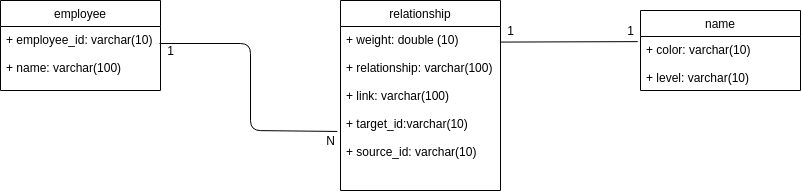
Earlier version of the draw.io export ER.png (trkhoi/Modeling). Source tidied: cells renumbered, new cells last; positions are measured from the earlier drawing's top-left corner, leaving out a move shared by most shapes.
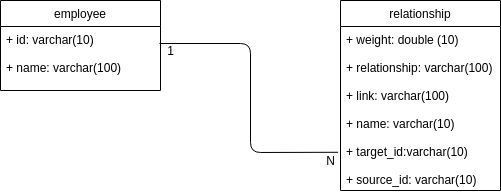
After the change.

What changed in the source:
```diff
@@ -5,41 +5,26 @@
     <mxCell id="2" value="relationship" style="swimlane;fontStyle=0;horizontal=1;startSize=26;fillColor=none;" parent="1" vertex="1">
       <mxGeometry x="340" width="160" height="190" as="geometry" />
     </mxCell>
-    <mxCell id="3" value="+ weight: double (10)&#10;&#10;+ relationship: varchar(100)&#10;&#10;+ link: varchar(100)&#10;&#10;+ target_id:varchar(10)&#10;&#10;+ source_id: varchar(10)&#10;" style="text;strokeColor=none;fillColor=none;align=left;verticalAlign=top;spacingLeft=4;spacingRight=4;overflow=hidden;points=[[0,0.5],[1,0.5]];portConstraint=eastwest;" parent="2" vertex="1">
+    <mxCell id="3" value="+ weight: double (10)&#10;&#10;+ relationship: varchar(100)&#10;&#10;+ link: varchar(100)&#10;&#10;+ name: varchar(10)&#10;&#10;+ target_id:varchar(10)&#10;&#10;+ source_id: varchar(10)&#10;" style="text;strokeColor=none;fillColor=none;align=left;verticalAlign=top;spacingLeft=4;spacingRight=4;overflow=hidden;points=[[0,0.5],[1,0.5]];portConstraint=eastwest;" parent="2" vertex="1">
       <mxGeometry y="26" width="160" height="164" as="geometry" />
     </mxCell>
-    <mxCell id="4" style="endArrow=none;html=1;exitX=0.996;exitY=0.095;exitDx=0;exitDy=0;exitPerimeter=0;entryX=-0.017;entryY=0.095;entryDx=0;entryDy=0;entryPerimeter=0;" parent="1" edge="1" source="3" target="8">
-      <mxGeometry relative="1" as="geometry" />
-    </mxCell>
-    <mxCell id="5" value="1" style="text;html=1;align=center;verticalAlign=middle;" parent="1" vertex="1">
-      <mxGeometry x="500" y="20" width="20" height="20" as="geometry" />
-    </mxCell>
-    <mxCell id="6" value="1" style="text;html=1;align=center;verticalAlign=middle;" parent="1" vertex="1">
-      <mxGeometry x="620" y="20" width="20" height="20" as="geometry" />
-    </mxCell>
-    <mxCell id="7" value="name" style="swimlane;fontStyle=0;horizontal=1;startSize=26;fillColor=none;" parent="1" vertex="1">
-      <mxGeometry x="640" y="10" width="160" height="80" as="geometry" />
-    </mxCell>
-    <mxCell id="8" value="+ color: varchar(10)&#10;&#10;+ level: varchar(10)&#10;" style="text;strokeColor=none;fillColor=none;align=left;verticalAlign=top;spacingLeft=4;spacingRight=4;overflow=hidden;points=[[0,0.5],[1,0.5]];portConstraint=eastwest;" parent="7" vertex="1">
-      <mxGeometry y="26" width="160" height="54" as="geometry" />
-    </mxCell>
     <mxCell id="9" value="employee" style="swimlane;fontStyle=0;horizontal=1;startSize=26;fillColor=none;" parent="1" vertex="1">
       <mxGeometry width="160" height="90" as="geometry" />
     </mxCell>
-    <mxCell id="10" value="+ employee_id: varchar(10)&#10;&#10;+ name: varchar(100)&#10;&#10;" style="text;strokeColor=none;fillColor=none;align=left;verticalAlign=top;spacingLeft=4;spacingRight=4;overflow=hidden;" parent="9" vertex="1">
+    <mxCell id="10" value="+ id: varchar(10)&#10;&#10;+ name: varchar(100)&#10;&#10;" style="text;strokeColor=none;fillColor=none;align=left;verticalAlign=top;spacingLeft=4;spacingRight=4;overflow=hidden;" parent="9" vertex="1">
       <mxGeometry y="26" width="160" height="64" as="geometry" />
     </mxCell>
-    <mxCell id="11" style="endArrow=none;html=1;entryX=-0.02;entryY=0.64;entryDx=0;entryDy=0;entryPerimeter=0;" parent="1" edge="1" target="3">
+    <mxCell id="11" style="endArrow=none;html=1;entryX=-0.015;entryY=0.767;entryDx=0;entryDy=0;entryPerimeter=0;" parent="1" edge="1" target="3">
       <mxGeometry relative="1" as="geometry">
         <mxPoint x="159" y="43" as="sourcePoint" />
         <Array as="points">
           <mxPoint x="250" y="43" />
-          <mxPoint x="250" y="130" />
+          <mxPoint x="250" y="152" />
         </Array>
       </mxGeometry>
     </mxCell>
     <mxCell id="12" value="N" style="text;html=1;align=center;verticalAlign=middle;" parent="1" vertex="1">
-      <mxGeometry x="320" y="130" width="20" height="20" as="geometry" />
+      <mxGeometry x="320" y="150" width="20" height="20" as="geometry" />
     </mxCell>
     <mxCell id="13" value="1" style="text;html=1;align=center;verticalAlign=middle;" parent="1" vertex="1">
       <mxGeometry x="160" y="40" width="20" height="20" as="geometry" />
```
